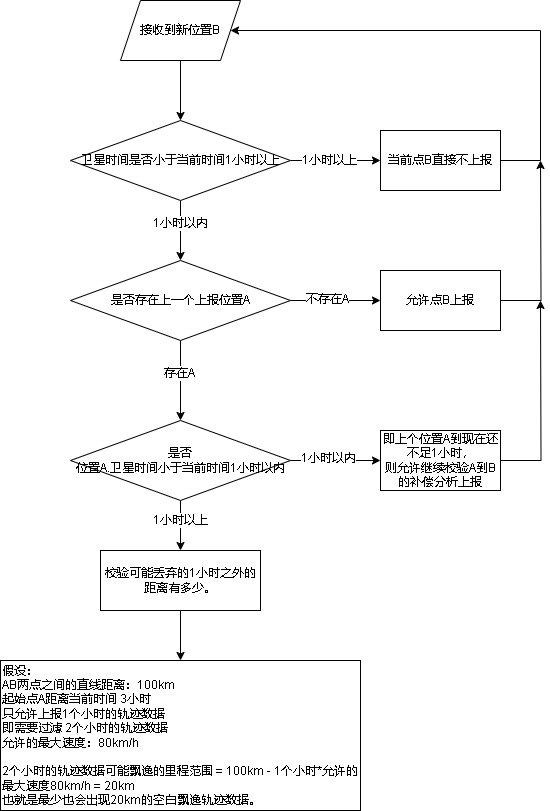
Above: 809轨迹时间异常.drawio.png in xktder/draw (draw.io), before the change. Source tidied: cells renumbered, new cells last; positions are measured from the earlier drawing's top-left corner, leaving out a move shared by most shapes.
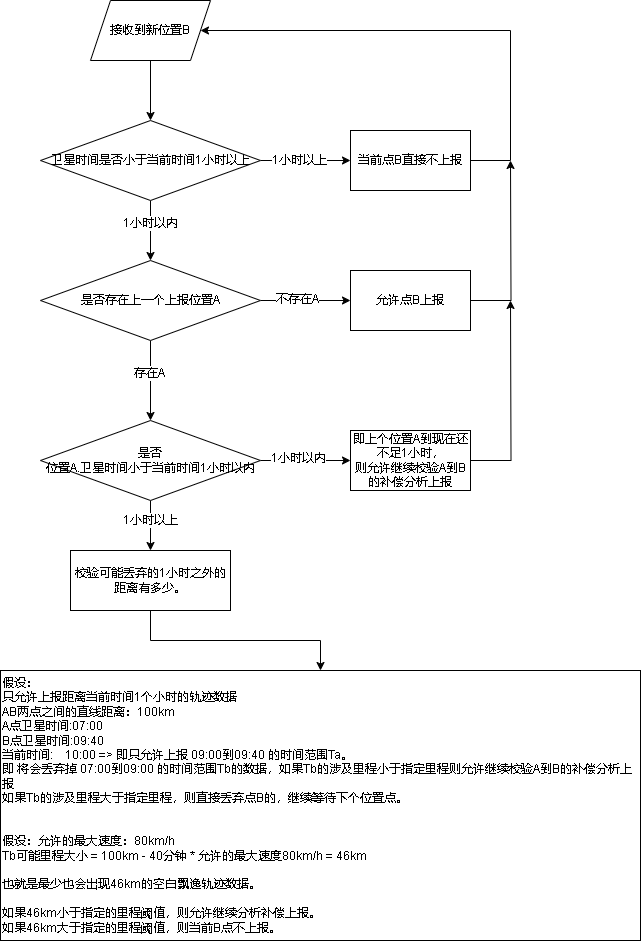
Later version of the same file.

Commit message:
更新809轨迹时间异常.drawio.png

Diff of the diagram source:
```diff
@@ -86,8 +86,8 @@
     <mxCell id="26" value="校验可能丢弃的1小时之外的距离有多少。" style="rounded=0;whiteSpace=wrap;html=1;" parent="1" vertex="1">
       <mxGeometry x="100" y="550" width="160" height="60" as="geometry" />
     </mxCell>
-    <mxCell id="27" value="&lt;div&gt;假设：&lt;/div&gt;&lt;div&gt;AB两点之间的直线距离：100km&lt;span style=&quot;&quot;&gt;&lt;/span&gt;&lt;/div&gt;&lt;div&gt;&lt;span style=&quot;&quot;&gt;起始点A距离当前时间 3小时&lt;/span&gt;&lt;/div&gt;&lt;div&gt;&lt;span style=&quot;&quot;&gt;只允许上报1个小时的轨迹数据&lt;/span&gt;&lt;/div&gt;&lt;div&gt;&lt;span style=&quot;&quot;&gt;即需要过滤 2个小时的轨迹数据&lt;/span&gt;&lt;/div&gt;&lt;div&gt;&lt;span style=&quot;&quot;&gt;允许的最大速度：80km/h&lt;/span&gt;&lt;/div&gt;&lt;div&gt;&lt;span style=&quot;&quot;&gt;&lt;span style=&quot;white-space: pre;&quot;&gt;&amp;nbsp;&amp;nbsp;&amp;nbsp;&amp;nbsp;&lt;/span&gt;&lt;span style=&quot;white-space: pre;&quot;&gt;&amp;nbsp;&amp;nbsp;&amp;nbsp;&amp;nbsp;&lt;/span&gt;&lt;span style=&quot;white-space: pre;&quot;&gt;&amp;nbsp;&amp;nbsp;&amp;nbsp;&amp;nbsp;&lt;/span&gt;&lt;span style=&quot;white-space: pre;&quot;&gt;&amp;nbsp;&amp;nbsp;&amp;nbsp;&amp;nbsp;&lt;/span&gt;&lt;span style=&quot;white-space: pre;&quot;&gt;&amp;nbsp;&amp;nbsp;&amp;nbsp;&amp;nbsp;&lt;/span&gt;&lt;span style=&quot;white-space: pre;&quot;&gt;&amp;nbsp;&amp;nbsp;&amp;nbsp;&amp;nbsp;&lt;/span&gt;&lt;span style=&quot;white-space: pre;&quot;&gt;&amp;nbsp;&amp;nbsp;&amp;nbsp;&amp;nbsp;&lt;/span&gt;&lt;span style=&quot;white-space: pre;&quot;&gt;&amp;nbsp;&amp;nbsp;&amp;nbsp;&amp;nbsp;&lt;/span&gt;&lt;span style=&quot;white-space: pre;&quot;&gt;&amp;nbsp;&amp;nbsp;&amp;nbsp;&amp;nbsp;&lt;/span&gt;&lt;span style=&quot;white-space: pre;&quot;&gt;&amp;nbsp;&amp;nbsp;&amp;nbsp;&amp;nbsp;&lt;/span&gt;&lt;span style=&quot;white-space: pre;&quot;&gt;&amp;nbsp;&amp;nbsp;&amp;nbsp;&amp;nbsp;&lt;/span&gt;&lt;span style=&quot;white-space: pre;&quot;&gt;&amp;nbsp;&amp;nbsp;&amp;nbsp;&amp;nbsp;&lt;/span&gt;&lt;span style=&quot;white-space: pre;&quot;&gt;&amp;nbsp;&amp;nbsp;&amp;nbsp;&amp;nbsp;&lt;/span&gt;&lt;span style=&quot;white-space: pre;&quot;&gt;&amp;nbsp;&amp;nbsp;&amp;nbsp;&amp;nbsp;&lt;/span&gt;&lt;span style=&quot;white-space: pre;&quot;&gt;&amp;nbsp;&amp;nbsp;&amp;nbsp;&amp;nbsp;&lt;/span&gt;&lt;span style=&quot;white-space: pre;&quot;&gt;&amp;nbsp;&amp;nbsp;&amp;nbsp;&amp;nbsp;&lt;/span&gt;&lt;span style=&quot;white-space: pre;&quot;&gt;&amp;nbsp;&amp;nbsp;&amp;nbsp;&amp;nbsp;&lt;/span&gt;&lt;span style=&quot;white-space: pre;&quot;&gt;&amp;nbsp;&amp;nbsp;&amp;nbsp;&amp;nbsp;&lt;/span&gt;&lt;/span&gt;&lt;/div&gt;&lt;div&gt;&lt;span style=&quot;&quot;&gt;2个小时的轨迹数据可能飘逸的里程范围 = 100km - 1个小时*允许的最大速度80km/h = 20km&lt;/span&gt;&lt;/div&gt;&lt;div&gt;&lt;span style=&quot;&quot;&gt;也就是最少也会出现20km的空白飘逸轨迹数据。&lt;/span&gt;&lt;/div&gt;" style="rounded=0;whiteSpace=wrap;html=1;align=left;" parent="1" vertex="1">
-      <mxGeometry y="660" width="360" height="150" as="geometry" />
+    <mxCell id="27" value="&lt;div&gt;假设：&lt;/div&gt;&lt;div&gt;只允许上报距离当前时间1个小时的轨迹数据&lt;span style=&quot;&quot;&gt;&lt;/span&gt;&lt;/div&gt;&lt;div&gt;&lt;span style=&quot;&quot;&gt;AB两点之间的直线距离：100km&lt;/span&gt;&lt;/div&gt;&lt;div&gt;&lt;span style=&quot;&quot;&gt;A点卫星时间:07:00&lt;/span&gt;&lt;/div&gt;&lt;div&gt;&lt;span style=&quot;&quot;&gt;B点卫星时间:09:40&lt;/span&gt;&lt;/div&gt;&lt;div&gt;&lt;span style=&quot;&quot;&gt;当前时间:&lt;span style=&quot;&quot;&gt;&lt;span style=&quot;white-space: pre;&quot;&gt;&amp;nbsp;&amp;nbsp;&amp;nbsp;&amp;nbsp;&lt;/span&gt;&lt;/span&gt;10:00 =&amp;gt; 即只允许上报 09:00到09:40 的时间范围Ta。&lt;/span&gt;&lt;/div&gt;&lt;div&gt;&lt;span style=&quot;&quot;&gt;即 将会丢弃掉 07:00到09:00 的时间范围Tb的数据，如果Tb的涉及里程小于指定里程则允许继续校验A到B的补偿分析上报&lt;/span&gt;&lt;/div&gt;&lt;div&gt;&lt;span style=&quot;&quot;&gt;如果Tb的涉及里程大于指定里程，则直接丢弃点B的，继续等待下个位置点。&lt;/span&gt;&lt;/div&gt;&lt;div&gt;&lt;span style=&quot;&quot;&gt;&lt;span style=&quot;white-space: pre;&quot;&gt;&amp;nbsp;&amp;nbsp;&amp;nbsp;&amp;nbsp;&lt;/span&gt;&lt;span style=&quot;white-space: pre;&quot;&gt;&amp;nbsp;&amp;nbsp;&amp;nbsp;&amp;nbsp;&lt;/span&gt;&lt;span style=&quot;white-space: pre;&quot;&gt;&amp;nbsp;&amp;nbsp;&amp;nbsp;&amp;nbsp;&lt;/span&gt;&lt;span style=&quot;white-space: pre;&quot;&gt;&amp;nbsp;&amp;nbsp;&amp;nbsp;&amp;nbsp;&lt;/span&gt;&lt;span style=&quot;white-space: pre;&quot;&gt;&amp;nbsp;&amp;nbsp;&amp;nbsp;&amp;nbsp;&lt;/span&gt;&lt;span style=&quot;white-space: pre;&quot;&gt;&amp;nbsp;&amp;nbsp;&amp;nbsp;&amp;nbsp;&lt;/span&gt;&lt;span style=&quot;white-space: pre;&quot;&gt;&amp;nbsp;&amp;nbsp;&amp;nbsp;&amp;nbsp;&lt;/span&gt;&lt;span style=&quot;white-space: pre;&quot;&gt;&amp;nbsp;&amp;nbsp;&amp;nbsp;&amp;nbsp;&lt;/span&gt;&lt;span style=&quot;white-space: pre;&quot;&gt;&amp;nbsp;&amp;nbsp;&amp;nbsp;&amp;nbsp;&lt;/span&gt;&lt;span style=&quot;white-space: pre;&quot;&gt;&amp;nbsp;&amp;nbsp;&amp;nbsp;&amp;nbsp;&lt;/span&gt;&lt;span style=&quot;white-space: pre;&quot;&gt;&amp;nbsp;&amp;nbsp;&amp;nbsp;&amp;nbsp;&lt;/span&gt;&lt;span style=&quot;white-space: pre;&quot;&gt;&amp;nbsp;&amp;nbsp;&amp;nbsp;&amp;nbsp;&lt;/span&gt;&lt;span style=&quot;white-space: pre;&quot;&gt;&amp;nbsp;&amp;nbsp;&amp;nbsp;&amp;nbsp;&lt;/span&gt;&lt;span style=&quot;white-space: pre;&quot;&gt;&amp;nbsp;&amp;nbsp;&amp;nbsp;&amp;nbsp;&lt;/span&gt;&lt;span style=&quot;white-space: pre;&quot;&gt;&amp;nbsp;&amp;nbsp;&amp;nbsp;&amp;nbsp;&lt;/span&gt;&lt;span style=&quot;white-space: pre;&quot;&gt;&amp;nbsp;&amp;nbsp;&amp;nbsp;&amp;nbsp;&lt;/span&gt;&lt;span style=&quot;white-space: pre;&quot;&gt;&amp;nbsp;&amp;nbsp;&amp;nbsp;&amp;nbsp;&lt;/span&gt;&lt;span style=&quot;white-space: pre;&quot;&gt;&amp;nbsp;&amp;nbsp;&amp;nbsp;&amp;nbsp;&lt;/span&gt;&lt;/span&gt;&lt;/div&gt;&lt;div&gt;&lt;span style=&quot;&quot;&gt;&lt;span style=&quot;white-space: pre;&quot;&gt;&amp;nbsp;&amp;nbsp;&amp;nbsp;&amp;nbsp;&lt;/span&gt;&lt;span style=&quot;white-space: pre;&quot;&gt;&amp;nbsp;&amp;nbsp;&amp;nbsp;&amp;nbsp;&lt;/span&gt;&lt;span style=&quot;white-space: pre;&quot;&gt;&amp;nbsp;&amp;nbsp;&amp;nbsp;&amp;nbsp;&lt;/span&gt;&lt;span style=&quot;white-space: pre;&quot;&gt;&amp;nbsp;&amp;nbsp;&amp;nbsp;&amp;nbsp;&lt;/span&gt;&lt;span style=&quot;white-space: pre;&quot;&gt;&amp;nbsp;&amp;nbsp;&amp;nbsp;&amp;nbsp;&lt;/span&gt;&lt;span style=&quot;white-space: pre;&quot;&gt;&amp;nbsp;&amp;nbsp;&amp;nbsp;&amp;nbsp;&lt;/span&gt;&lt;span style=&quot;white-space: pre;&quot;&gt;&amp;nbsp;&amp;nbsp;&amp;nbsp;&amp;nbsp;&lt;/span&gt;&lt;span style=&quot;white-space: pre;&quot;&gt;&amp;nbsp;&amp;nbsp;&amp;nbsp;&amp;nbsp;&lt;/span&gt;&lt;span style=&quot;white-space: pre;&quot;&gt;&amp;nbsp;&amp;nbsp;&amp;nbsp;&amp;nbsp;&lt;/span&gt;&lt;span style=&quot;white-space: pre;&quot;&gt;&amp;nbsp;&amp;nbsp;&amp;nbsp;&amp;nbsp;&lt;/span&gt;&lt;span style=&quot;white-space: pre;&quot;&gt;&amp;nbsp;&amp;nbsp;&amp;nbsp;&amp;nbsp;&lt;/span&gt;&lt;span style=&quot;white-space: pre;&quot;&gt;&amp;nbsp;&amp;nbsp;&amp;nbsp;&amp;nbsp;&lt;/span&gt;&lt;span style=&quot;white-space: pre;&quot;&gt;&amp;nbsp;&amp;nbsp;&amp;nbsp;&amp;nbsp;&lt;/span&gt;&lt;span style=&quot;white-space: pre;&quot;&gt;&amp;nbsp;&amp;nbsp;&amp;nbsp;&amp;nbsp;&lt;/span&gt;&lt;span style=&quot;white-space: pre;&quot;&gt;&amp;nbsp;&amp;nbsp;&amp;nbsp;&amp;nbsp;&lt;/span&gt;&lt;span style=&quot;white-space: pre;&quot;&gt;&amp;nbsp;&amp;nbsp;&amp;nbsp;&amp;nbsp;&lt;/span&gt;&lt;span style=&quot;white-space: pre;&quot;&gt;&amp;nbsp;&amp;nbsp;&amp;nbsp;&amp;nbsp;&lt;/span&gt;&lt;span style=&quot;white-space: pre;&quot;&gt;&amp;nbsp;&amp;nbsp;&amp;nbsp;&amp;nbsp;&lt;/span&gt;&lt;/span&gt;&lt;/div&gt;&lt;div&gt;&lt;span style=&quot;&quot;&gt;假设：允许的最大速度：80km/h&lt;/span&gt;&lt;/div&gt;&lt;div&gt;&lt;span style=&quot;&quot;&gt;Tb可能里程大小 = 100km - 40分钟 * 允许的最大速度80km/h = 46km&lt;/span&gt;&lt;/div&gt;&lt;div&gt;&lt;span style=&quot;&quot;&gt;&lt;span style=&quot;white-space: pre;&quot;&gt;&amp;nbsp;&amp;nbsp;&amp;nbsp;&amp;nbsp;&lt;/span&gt;&lt;span style=&quot;white-space: pre;&quot;&gt;&amp;nbsp;&amp;nbsp;&amp;nbsp;&amp;nbsp;&lt;/span&gt;&lt;span style=&quot;white-space: pre;&quot;&gt;&amp;nbsp;&amp;nbsp;&amp;nbsp;&amp;nbsp;&lt;/span&gt;&lt;span style=&quot;white-space: pre;&quot;&gt;&amp;nbsp;&amp;nbsp;&amp;nbsp;&amp;nbsp;&lt;/span&gt;&lt;span style=&quot;white-space: pre;&quot;&gt;&amp;nbsp;&amp;nbsp;&amp;nbsp;&amp;nbsp;&lt;/span&gt;&lt;span style=&quot;white-space: pre;&quot;&gt;&amp;nbsp;&amp;nbsp;&amp;nbsp;&amp;nbsp;&lt;/span&gt;&lt;span style=&quot;white-space: pre;&quot;&gt;&amp;nbsp;&amp;nbsp;&amp;nbsp;&amp;nbsp;&lt;/span&gt;&lt;span style=&quot;white-space: pre;&quot;&gt;&amp;nbsp;&amp;nbsp;&amp;nbsp;&amp;nbsp;&lt;/span&gt;&lt;span style=&quot;white-space: pre;&quot;&gt;&amp;nbsp;&amp;nbsp;&amp;nbsp;&amp;nbsp;&lt;/span&gt;&lt;span style=&quot;white-space: pre;&quot;&gt;&amp;nbsp;&amp;nbsp;&amp;nbsp;&amp;nbsp;&lt;/span&gt;&lt;span style=&quot;white-space: pre;&quot;&gt;&amp;nbsp;&amp;nbsp;&amp;nbsp;&amp;nbsp;&lt;/span&gt;&lt;span style=&quot;white-space: pre;&quot;&gt;&amp;nbsp;&amp;nbsp;&amp;nbsp;&amp;nbsp;&lt;/span&gt;&lt;span style=&quot;white-space: pre;&quot;&gt;&amp;nbsp;&amp;nbsp;&amp;nbsp;&amp;nbsp;&lt;/span&gt;&lt;span style=&quot;white-space: pre;&quot;&gt;&amp;nbsp;&amp;nbsp;&amp;nbsp;&amp;nbsp;&lt;/span&gt;&lt;span style=&quot;white-space: pre;&quot;&gt;&amp;nbsp;&amp;nbsp;&amp;nbsp;&amp;nbsp;&lt;/span&gt;&lt;span style=&quot;white-space: pre;&quot;&gt;&amp;nbsp;&amp;nbsp;&amp;nbsp;&amp;nbsp;&lt;/span&gt;&lt;span style=&quot;white-space: pre;&quot;&gt;&amp;nbsp;&amp;nbsp;&amp;nbsp;&amp;nbsp;&lt;/span&gt;&lt;span style=&quot;white-space: pre;&quot;&gt;&amp;nbsp;&amp;nbsp;&amp;nbsp;&amp;nbsp;&lt;/span&gt;&lt;/span&gt;&lt;/div&gt;&lt;div&gt;&lt;span style=&quot;&quot;&gt;也就是最少也会出现46km的空白飘逸轨迹数据。&lt;/span&gt;&lt;/div&gt;&lt;div&gt;&lt;span style=&quot;&quot;&gt;&lt;span style=&quot;white-space: pre;&quot;&gt;&amp;nbsp;&amp;nbsp;&amp;nbsp;&amp;nbsp;&lt;/span&gt;&lt;span style=&quot;white-space: pre;&quot;&gt;&amp;nbsp;&amp;nbsp;&amp;nbsp;&amp;nbsp;&lt;/span&gt;&lt;span style=&quot;white-space: pre;&quot;&gt;&amp;nbsp;&amp;nbsp;&amp;nbsp;&amp;nbsp;&lt;/span&gt;&lt;span style=&quot;white-space: pre;&quot;&gt;&amp;nbsp;&amp;nbsp;&amp;nbsp;&amp;nbsp;&lt;/span&gt;&lt;span style=&quot;white-space: pre;&quot;&gt;&amp;nbsp;&amp;nbsp;&amp;nbsp;&amp;nbsp;&lt;/span&gt;&lt;span style=&quot;white-space: pre;&quot;&gt;&amp;nbsp;&amp;nbsp;&amp;nbsp;&amp;nbsp;&lt;/span&gt;&lt;span style=&quot;white-space: pre;&quot;&gt;&amp;nbsp;&amp;nbsp;&amp;nbsp;&amp;nbsp;&lt;/span&gt;&lt;span style=&quot;white-space: pre;&quot;&gt;&amp;nbsp;&amp;nbsp;&amp;nbsp;&amp;nbsp;&lt;/span&gt;&lt;span style=&quot;white-space: pre;&quot;&gt;&amp;nbsp;&amp;nbsp;&amp;nbsp;&amp;nbsp;&lt;/span&gt;&lt;span style=&quot;white-space: pre;&quot;&gt;&amp;nbsp;&amp;nbsp;&amp;nbsp;&amp;nbsp;&lt;/span&gt;&lt;span style=&quot;white-space: pre;&quot;&gt;&amp;nbsp;&amp;nbsp;&amp;nbsp;&amp;nbsp;&lt;/span&gt;&lt;span style=&quot;white-space: pre;&quot;&gt;&amp;nbsp;&amp;nbsp;&amp;nbsp;&amp;nbsp;&lt;/span&gt;&lt;span style=&quot;white-space: pre;&quot;&gt;&amp;nbsp;&amp;nbsp;&amp;nbsp;&amp;nbsp;&lt;/span&gt;&lt;span style=&quot;white-space: pre;&quot;&gt;&amp;nbsp;&amp;nbsp;&amp;nbsp;&amp;nbsp;&lt;/span&gt;&lt;span style=&quot;white-space: pre;&quot;&gt;&amp;nbsp;&amp;nbsp;&amp;nbsp;&amp;nbsp;&lt;/span&gt;&lt;span style=&quot;white-space: pre;&quot;&gt;&amp;nbsp;&amp;nbsp;&amp;nbsp;&amp;nbsp;&lt;/span&gt;&lt;span style=&quot;white-space: pre;&quot;&gt;&amp;nbsp;&amp;nbsp;&amp;nbsp;&amp;nbsp;&lt;/span&gt;&lt;span style=&quot;white-space: pre;&quot;&gt;&amp;nbsp;&amp;nbsp;&amp;nbsp;&amp;nbsp;&lt;/span&gt;&lt;/span&gt;&lt;/div&gt;&lt;div&gt;&lt;span style=&quot;&quot;&gt;如果46km小于指定的里程阈值，则允许继续分析补偿上报。&lt;/span&gt;&lt;/div&gt;&lt;div&gt;&lt;span style=&quot;&quot;&gt;如果46km大于指定的里程阈值，则当前B点不上报。&lt;/span&gt;&lt;/div&gt;" style="rounded=0;whiteSpace=wrap;html=1;align=left;" parent="1" vertex="1">
+      <mxGeometry x="30" y="670" width="640" height="270" as="geometry" />
     </mxCell>
   </root>
 </mxGraphModel>
```
